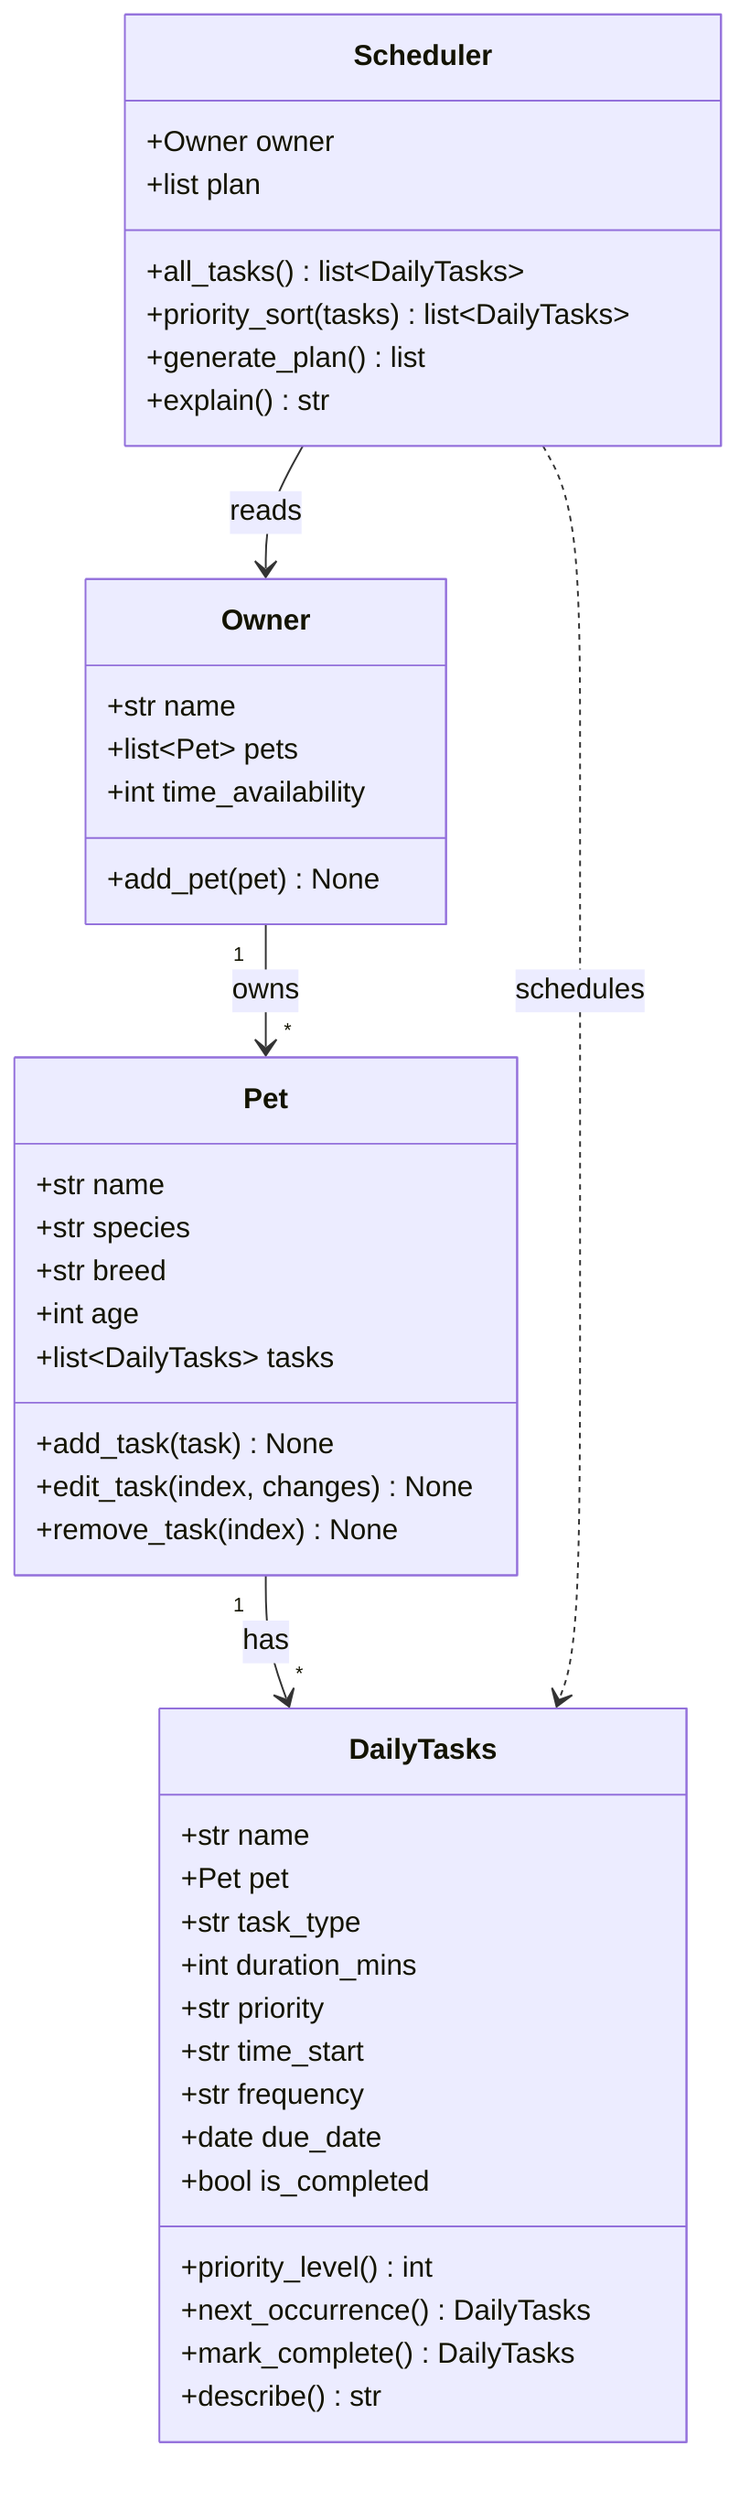
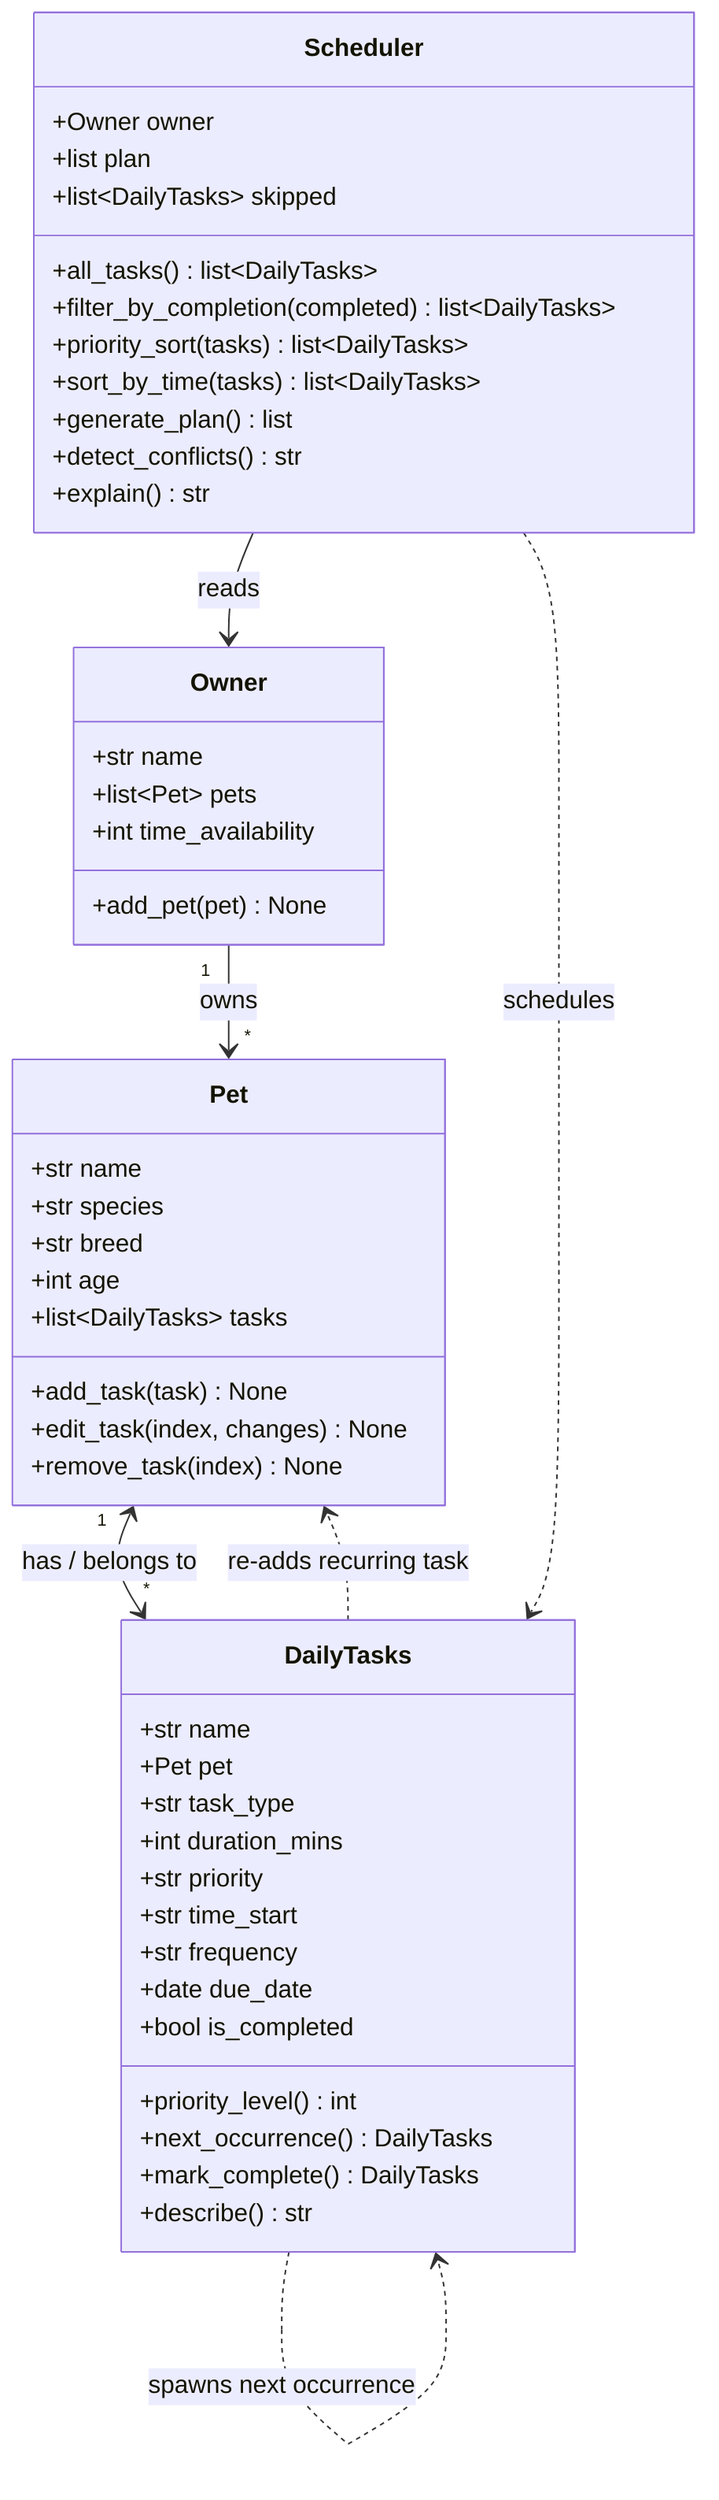
classDiagram
    class Owner {
        +str name
        +list~Pet~ pets
        +int time_availability
        +add_pet(pet) None
    }

    class Pet {
        +str name
        +str species
        +str breed
        +int age
        +list~DailyTasks~ tasks
        +add_task(task) None
        +edit_task(index, changes) None
        +remove_task(index) None
    }

    class DailyTasks {
        +str name
        +Pet pet
        +str task_type
        +int duration_mins
        +str priority
        +str time_start
        +str frequency
        +date due_date
        +bool is_completed
        +priority_level() int
        +next_occurrence() DailyTasks
        +mark_complete() DailyTasks
        +describe() str
    }

    class Scheduler {
        +Owner owner
        +list plan
+         +list~DailyTasks~ skipped
        +all_tasks() list~DailyTasks~
+         +filter_by_completion(completed) list~DailyTasks~
        +priority_sort(tasks) list~DailyTasks~
+         +sort_by_time(tasks) list~DailyTasks~
        +generate_plan() list
+         +detect_conflicts() str
        +explain() str
    }

    Owner "1" --> "*" Pet : owns
-     Pet "1" --> "*" DailyTasks : has
+     Pet "1" <--> "*" DailyTasks : has / belongs to
    Scheduler --> Owner : reads
    Scheduler ..> DailyTasks : schedules
+     DailyTasks ..> Pet : re-adds recurring task
+     DailyTasks ..> DailyTasks : spawns next occurrence
